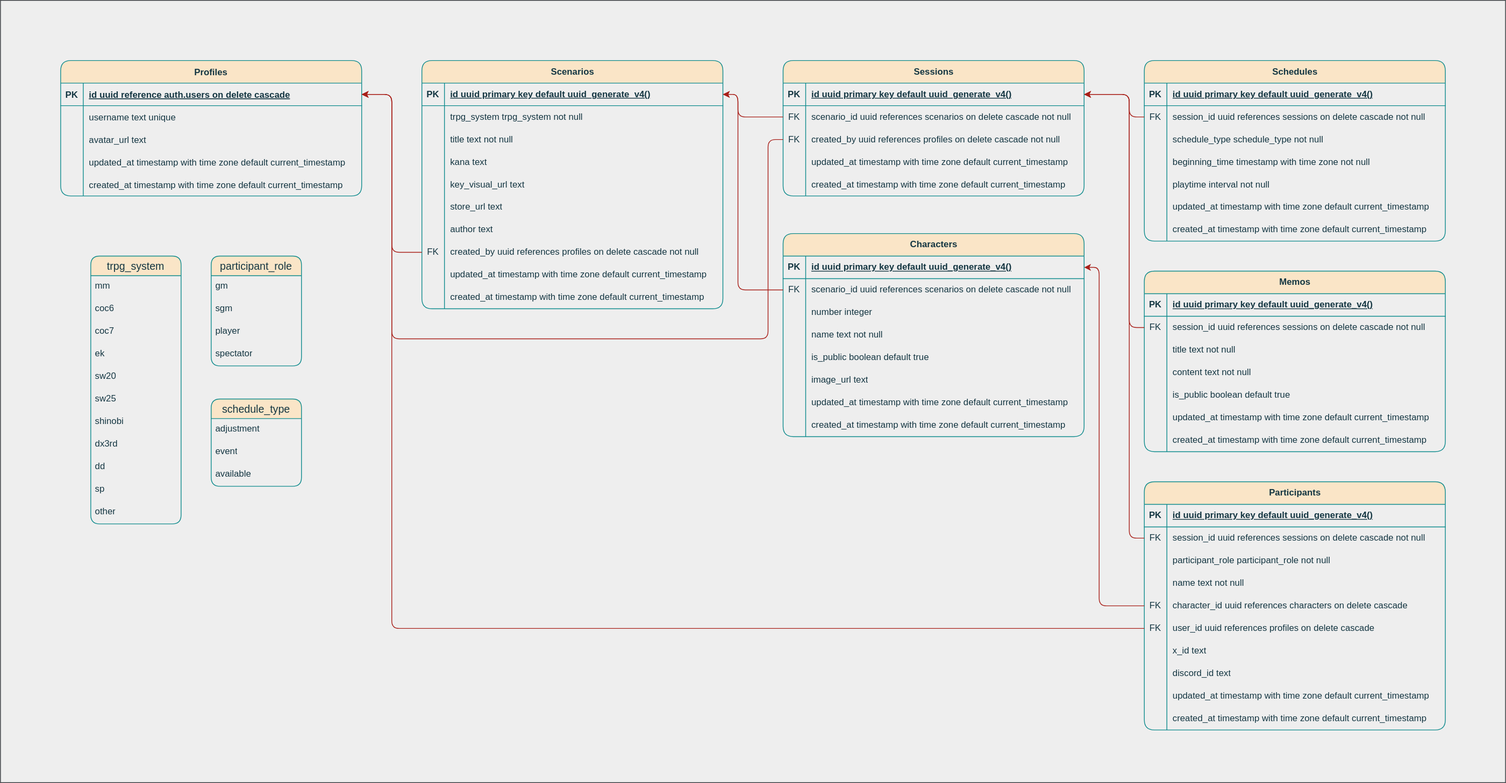
Above: documents/er.drawio.svg in mic4dy/scenarioshelf (draw.io), before the change. Source tidied: cells renumbered, new cells last; positions are measured from the earlier drawing's top-left corner, leaving out a move shared by most shapes.
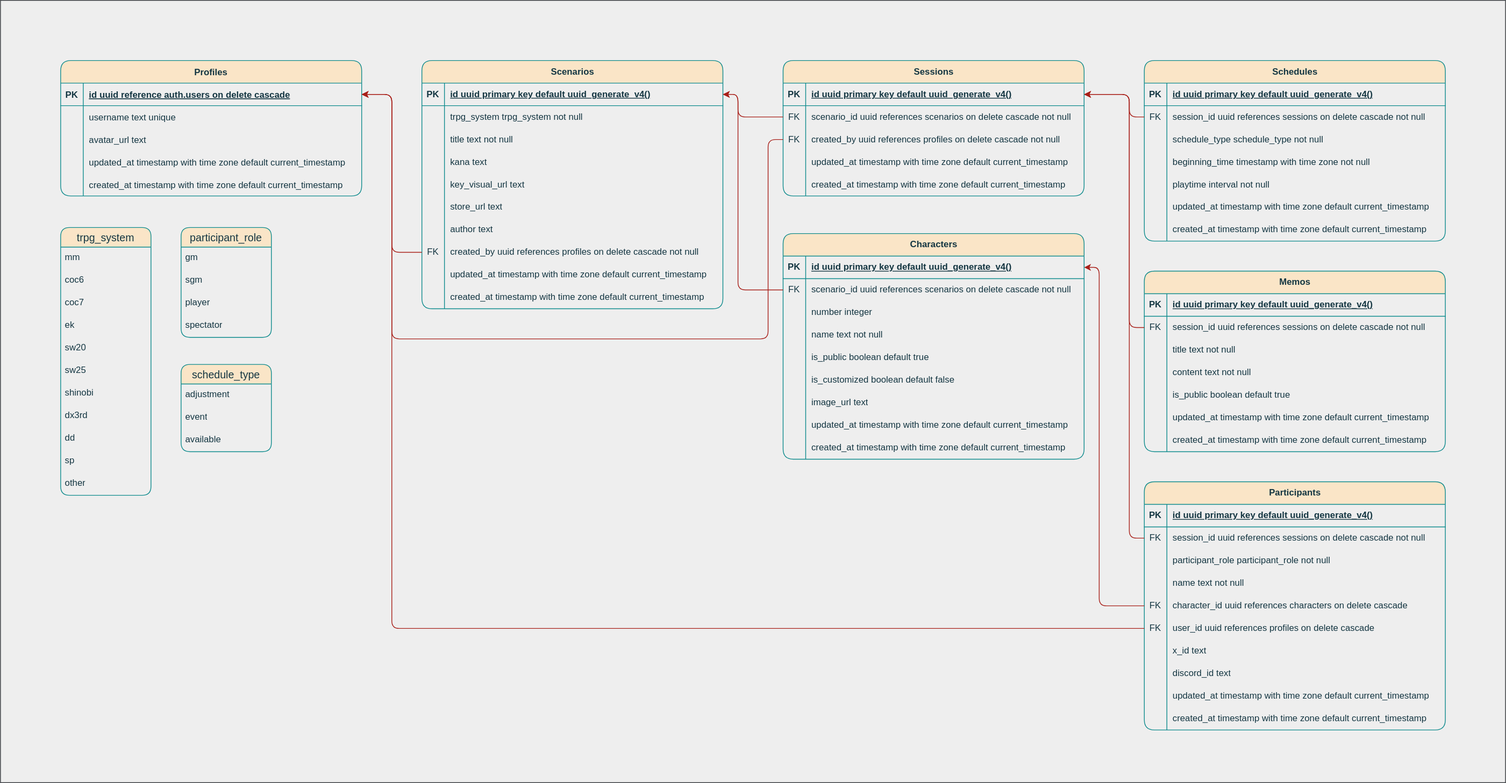
Later version of the same file.

The edit, as a diff of the source:
```diff
@@ -147,7 +147,7 @@
       <mxGeometry x="30" width="370" height="30" as="geometry" />
     </mxCell>
     <mxCell id="50" value="trpg_system" style="swimlane;fontStyle=0;horizontal=1;startSize=26;align=center;fontSize=14;rounded=1;labelBackgroundColor=none;fillColor=#FAE5C7;strokeColor=#0F8B8D;fontColor=#143642;" parent="1" vertex="1">
-      <mxGeometry x="120" y="340" width="120" height="356" as="geometry" />
+      <mxGeometry x="80" y="302" width="120" height="356" as="geometry" />
     </mxCell>
     <mxCell id="51" value="mm" style="text;strokeColor=none;fillColor=none;spacingLeft=4;spacingRight=4;overflow=hidden;fontSize=12;whiteSpace=wrap;html=1;rounded=1;labelBackgroundColor=none;fontColor=#143642;" parent="50" vertex="1">
       <mxGeometry y="26" width="120" height="30" as="geometry" />
@@ -324,7 +324,7 @@
       <mxGeometry x="30" width="370" height="30" as="geometry" />
     </mxCell>
     <mxCell id="109" value="participant_role" style="swimlane;fontStyle=0;horizontal=1;startSize=26;align=center;fontSize=14;rounded=1;labelBackgroundColor=none;fillColor=#FAE5C7;strokeColor=#0F8B8D;fontColor=#143642;" parent="1" vertex="1">
-      <mxGeometry x="280" y="340" width="120" height="146" as="geometry" />
+      <mxGeometry x="240" y="302" width="120" height="146" as="geometry" />
     </mxCell>
     <mxCell id="110" value="gm" style="text;strokeColor=none;fillColor=none;spacingLeft=4;spacingRight=4;overflow=hidden;fontSize=12;whiteSpace=wrap;html=1;rounded=1;labelBackgroundColor=none;fontColor=#143642;" parent="109" vertex="1">
       <mxGeometry y="26" width="120" height="30" as="geometry" />
@@ -339,7 +339,7 @@
       <mxGeometry y="116" width="120" height="30" as="geometry" />
     </mxCell>
     <mxCell id="114" value="Characters" style="shape=table;startSize=30;rowLines=0;fontStyle=1;align=center;html=1;rounded=1;labelBackgroundColor=none;fillColor=#FAE5C7;strokeColor=#0F8B8D;fontColor=#143642;" parent="1" vertex="1">
-      <mxGeometry x="1040" y="310" width="400" height="270" as="geometry" />
+      <mxGeometry x="1040" y="310" width="400" height="300" as="geometry" />
     </mxCell>
     <mxCell id="115" style="shape=tableRow;horizontal=0;startSize=0;swimlaneHead=0;swimlaneBody=0;fillColor=none;points=[[0,0.5],[1,0.5]];portConstraint=eastwest;top=0;left=0;right=0;bottom=1;rounded=1;labelBackgroundColor=none;strokeColor=#0F8B8D;fontColor=#143642;" parent="114" vertex="1">
       <mxGeometry y="30" width="400" height="30" as="geometry" />
@@ -386,8 +386,17 @@
     <mxCell id="129" value="is_public boolean default true" style="shape=partialRectangle;fillColor=none;top=0;left=0;bottom=0;right=0;align=left;spacingLeft=6;overflow=hidden;whiteSpace=wrap;html=1;rounded=1;labelBackgroundColor=none;strokeColor=#0F8B8D;fontColor=#143642;" parent="127" vertex="1">
       <mxGeometry x="30" width="370" height="30" as="geometry" />
     </mxCell>
+    <mxCell id="196" style="shape=tableRow;horizontal=0;startSize=0;swimlaneHead=0;swimlaneBody=0;fillColor=none;top=0;left=0;right=0;bottom=0;rounded=1;labelBackgroundColor=none;strokeColor=#0F8B8D;fontColor=#143642;" parent="114" vertex="1">
+      <mxGeometry y="180" width="400" height="30" as="geometry" />
+    </mxCell>
+    <mxCell id="197" style="shape=partialRectangle;fillColor=none;top=0;left=0;bottom=0;right=0;overflow=hidden;whiteSpace=wrap;html=1;rounded=1;labelBackgroundColor=none;strokeColor=#0F8B8D;fontColor=#143642;" parent="196" vertex="1">
+      <mxGeometry width="30" height="30" as="geometry" />
+    </mxCell>
+    <mxCell id="198" value="is_customized boolean default false" style="shape=partialRectangle;fillColor=none;top=0;left=0;bottom=0;right=0;align=left;spacingLeft=6;overflow=hidden;whiteSpace=wrap;html=1;rounded=1;labelBackgroundColor=none;strokeColor=#0F8B8D;fontColor=#143642;" parent="196" vertex="1">
+      <mxGeometry x="30" width="370" height="30" as="geometry" />
+    </mxCell>
     <mxCell id="130" style="shape=tableRow;horizontal=0;startSize=0;swimlaneHead=0;swimlaneBody=0;fillColor=none;top=0;left=0;right=0;bottom=0;rounded=1;labelBackgroundColor=none;strokeColor=#0F8B8D;fontColor=#143642;" parent="114" vertex="1">
-      <mxGeometry y="180" width="400" height="30" as="geometry" />
+      <mxGeometry y="210" width="400" height="30" as="geometry" />
     </mxCell>
     <mxCell id="131" style="shape=partialRectangle;fillColor=none;top=0;left=0;bottom=0;right=0;overflow=hidden;whiteSpace=wrap;html=1;rounded=1;labelBackgroundColor=none;strokeColor=#0F8B8D;fontColor=#143642;" parent="130" vertex="1">
       <mxGeometry width="30" height="30" as="geometry" />
@@ -396,7 +405,7 @@
       <mxGeometry x="30" width="370" height="30" as="geometry" />
     </mxCell>
     <mxCell id="133" style="shape=tableRow;horizontal=0;startSize=0;swimlaneHead=0;swimlaneBody=0;fillColor=none;top=0;left=0;right=0;bottom=0;rounded=1;labelBackgroundColor=none;strokeColor=#0F8B8D;fontColor=#143642;" parent="114" vertex="1">
-      <mxGeometry y="210" width="400" height="30" as="geometry" />
+      <mxGeometry y="240" width="400" height="30" as="geometry" />
     </mxCell>
     <mxCell id="134" style="shape=partialRectangle;fillColor=none;top=0;left=0;bottom=0;right=0;overflow=hidden;whiteSpace=wrap;html=1;rounded=1;labelBackgroundColor=none;strokeColor=#0F8B8D;fontColor=#143642;" parent="133" vertex="1">
       <mxGeometry width="30" height="30" as="geometry" />
@@ -405,7 +414,7 @@
       <mxGeometry x="30" width="370" height="30" as="geometry" />
     </mxCell>
     <mxCell id="136" style="shape=tableRow;horizontal=0;startSize=0;swimlaneHead=0;swimlaneBody=0;fillColor=none;top=0;left=0;right=0;bottom=0;rounded=1;labelBackgroundColor=none;strokeColor=#0F8B8D;fontColor=#143642;" parent="114" vertex="1">
-      <mxGeometry y="240" width="400" height="30" as="geometry" />
+      <mxGeometry y="270" width="400" height="30" as="geometry" />
     </mxCell>
     <mxCell id="137" style="shape=partialRectangle;fillColor=none;top=0;left=0;bottom=0;right=0;overflow=hidden;whiteSpace=wrap;html=1;rounded=1;labelBackgroundColor=none;strokeColor=#0F8B8D;fontColor=#143642;" parent="136" vertex="1">
       <mxGeometry width="30" height="30" as="geometry" />
@@ -480,7 +489,7 @@
       <mxGeometry x="30" width="370" height="30" as="geometry" />
     </mxCell>
     <mxCell id="161" value="schedule_type" style="swimlane;fontStyle=0;horizontal=1;startSize=26;align=center;fontSize=14;rounded=1;labelBackgroundColor=none;fillColor=#FAE5C7;strokeColor=#0F8B8D;fontColor=#143642;" parent="1" vertex="1">
-      <mxGeometry x="280" y="530" width="120" height="116" as="geometry" />
+      <mxGeometry x="240" y="484" width="120" height="116" as="geometry" />
     </mxCell>
     <mxCell id="162" value="adjustment" style="text;strokeColor=none;fillColor=none;spacingLeft=4;spacingRight=4;overflow=hidden;fontSize=12;whiteSpace=wrap;html=1;rounded=1;labelBackgroundColor=none;fontColor=#143642;" parent="161" vertex="1">
       <mxGeometry y="26" width="120" height="30" as="geometry" />
```
